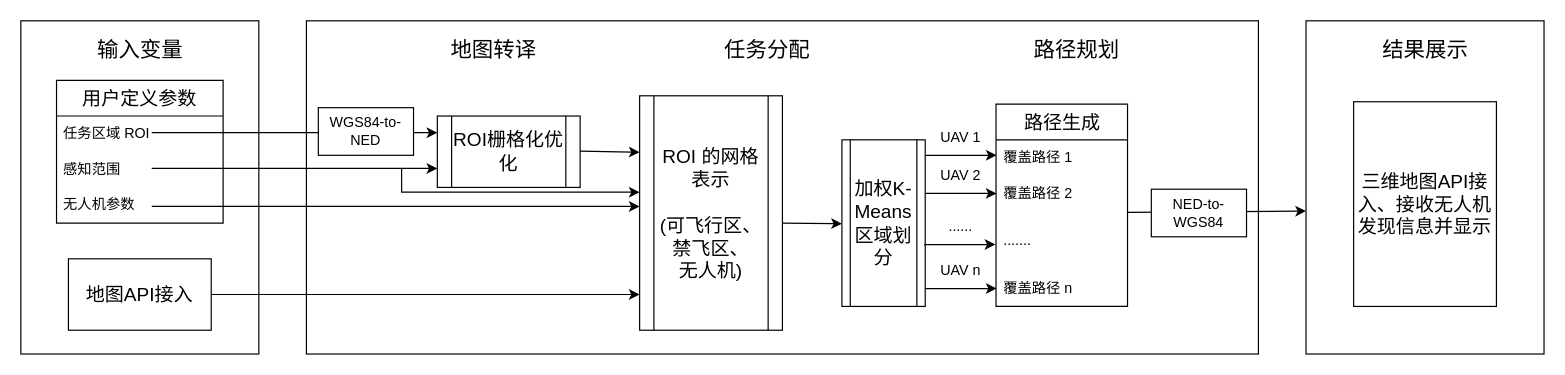
Above: 未命名绘图.drawio in SCERush/drawio (draw.io), before the change. Source tidied: cells renumbered, new cells numbered last; positions are measured from the earlier drawing's top-left corner, leaving out a move shared by most shapes. Both pictures are drawn from the tidied source at 119%, with x=0, y=0 at pixel (20, 20).
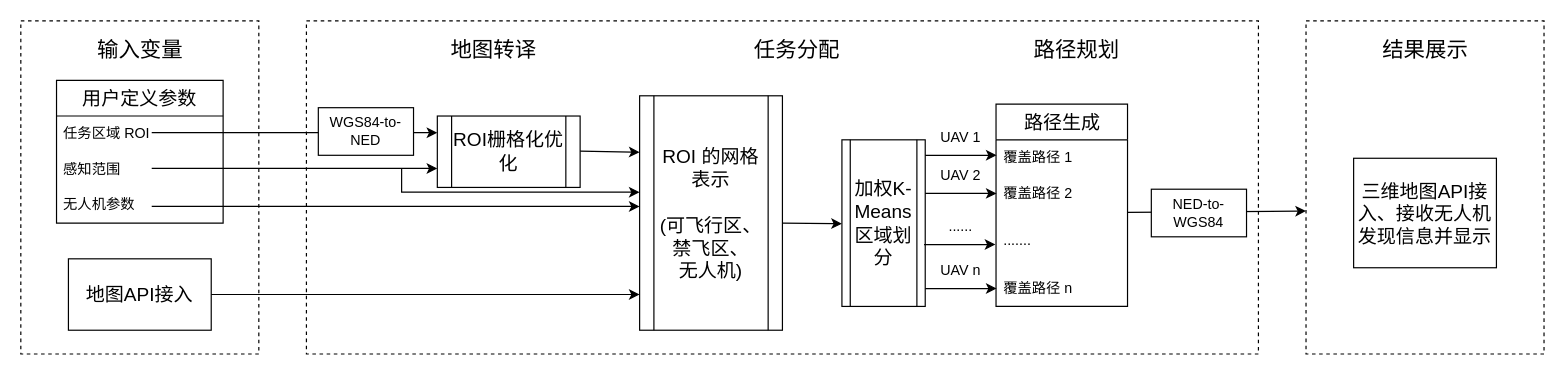
The same page after the edit.

Commit message:
更新未命名绘图.drawio

Diff of the diagram source:
```diff
@@
-    <mxCell id="2" style="rounded=0;whiteSpace=wrap;html=1;" parent="1" vertex="1">
+    <mxCell id="2" style="rounded=0;whiteSpace=wrap;html=1;dashed=1;" parent="1" vertex="1">
       <mxGeometry width="200" height="280" as="geometry" />
     </mxCell>
@@
-    <mxCell id="9" style="rounded=0;whiteSpace=wrap;html=1;" parent="1" vertex="1">
+    <mxCell id="9" style="rounded=0;whiteSpace=wrap;html=1;dashed=1;" parent="1" vertex="1">
       <mxGeometry x="240" width="800" height="280" as="geometry" />
     </mxCell>
@@
     <mxCell id="11" value="&lt;font style=&quot;font-size: 18px;&quot;&gt;任务分配&lt;/font&gt;" style="text;html=1;strokeColor=none;fillColor=none;align=center;verticalAlign=middle;whiteSpace=wrap;rounded=0;" parent="1" vertex="1">
-      <mxGeometry x="590" y="10" width="75" height="30" as="geometry" />
+      <mxGeometry x="615" y="10" width="75" height="30" as="geometry" />
     </mxCell>
@@
-    <mxCell id="13" style="rounded=0;whiteSpace=wrap;html=1;" parent="1" vertex="1">
+    <mxCell id="13" style="rounded=0;whiteSpace=wrap;html=1;dashed=1;" parent="1" vertex="1">
       <mxGeometry x="1080" width="200" height="280" as="geometry" />
     </mxCell>
@@
     <mxCell id="41" value="&lt;font style=&quot;font-size: 16px;&quot;&gt;三维地图API接入、接收无人机发现信息并显示&lt;/font&gt;" style="rounded=0;whiteSpace=wrap;html=1;" parent="1" vertex="1">
-      <mxGeometry x="1120" y="68" width="120" height="172" as="geometry" />
+      <mxGeometry x="1120" y="115.5" width="120" height="92" as="geometry" />
     </mxCell>
```
